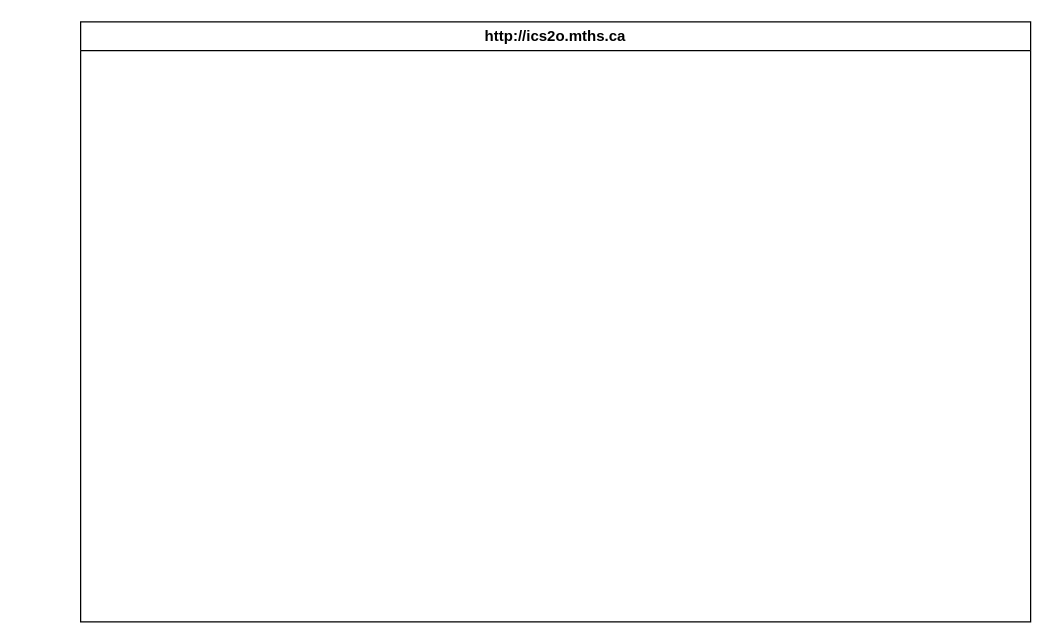
The draw.io diagram design/storyboard.drawio in MTHS-ICD2O-1-2023/ICD2O-Unit-5-08-pablo-fiallos-granados, before the edit. Source tidied: cells renumbered, new cells numbered last; positions are measured from the earlier drawing's top-left corner, leaving out a move shared by most shapes. Both pictures are drawn from the tidied source at 125%, with x=0, y=0 at pixel (80, 21). Pictures stored in the file or linked from it are replaced by grey dashed boxes.
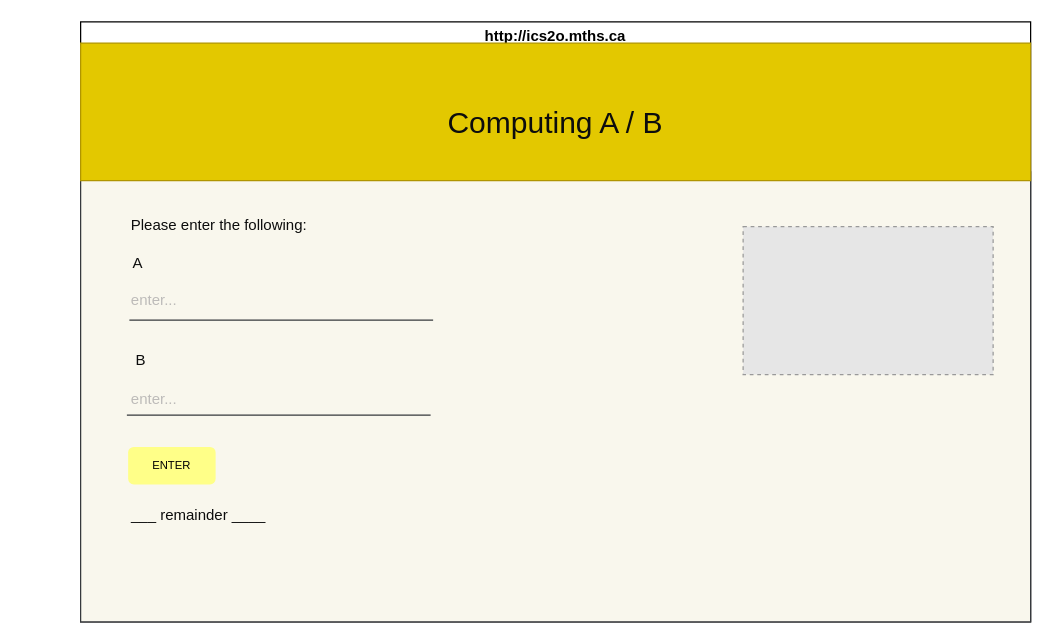
The same page after the edit.

The edit, as a diff of the source:
```diff
@@
 <mxGraphModel>
   <root>
     <mxCell id="0" />
     <mxCell id="1" parent="0" />
     <mxCell id="2" value="http://ics2o.mths.ca" style="swimlane;whiteSpace=wrap;html=1;" parent="1" vertex="1">
       <mxGeometry width="760" height="480" as="geometry" />
     </mxCell>
+    <mxCell id="3" style="rounded=0;whiteSpace=wrap;html=1;fillColor=#f9f7ed;strokeColor=#36393d;fontSize=9;" parent="2" vertex="1">
+      <mxGeometry y="120" width="760" height="360" as="geometry" />
+    </mxCell>
+    <mxCell id="4" value="A" style="text;html=1;strokeColor=none;fillColor=none;align=center;verticalAlign=middle;whiteSpace=wrap;rounded=0;fontColor=#0D0D0D;" parent="2" vertex="1">
+      <mxGeometry x="-29" y="178" width="150" height="30" as="geometry" />
+    </mxCell>
+    <mxCell id="5" value="enter..." style="text;html=1;strokeColor=none;fillColor=none;align=center;verticalAlign=middle;whiteSpace=wrap;rounded=0;fontColor=#BDBBB9;" parent="2" vertex="1">
+      <mxGeometry x="28" y="287" width="62" height="30" as="geometry" />
+    </mxCell>
+    <mxCell id="6" style="whiteSpace=wrap;html=1;fillColor=#e3c800;fontColor=#000000;strokeColor=#B09500;" parent="2" vertex="1">
+      <mxGeometry y="17" width="760" height="110" as="geometry" />
+    </mxCell>
+    <mxCell id="7" value="&lt;font color=&quot;#000000&quot; style=&quot;font-size: 9px;&quot;&gt;ENTER&lt;/font&gt;" style="rounded=1;whiteSpace=wrap;html=1;fillColor=#ffff88;strokeColor=none;fontSize=9;" parent="2" vertex="1">
+      <mxGeometry x="38" y="340" width="70" height="30" as="geometry" />
+    </mxCell>
+    <mxCell id="8" value="B&amp;nbsp;" style="text;html=1;strokeColor=none;fillColor=none;align=center;verticalAlign=middle;whiteSpace=wrap;rounded=0;fontColor=#0D0D0D;" parent="2" vertex="1">
+      <mxGeometry x="-25" y="256" width="150" height="30" as="geometry" />
+    </mxCell>
+    <mxCell id="9" value="___ remainder ____" style="text;html=1;strokeColor=none;fillColor=none;align=center;verticalAlign=middle;whiteSpace=wrap;rounded=0;fontColor=#0D0D0D;" parent="2" vertex="1">
+      <mxGeometry x="12" y="380" width="165" height="30" as="geometry" />
+    </mxCell>
+    <mxCell id="10" value="Please enter the following:" style="text;html=1;strokeColor=none;fillColor=none;align=center;verticalAlign=middle;whiteSpace=wrap;rounded=0;fontColor=#0D0D0D;" parent="2" vertex="1">
+      <mxGeometry x="-47" y="148" width="316" height="30" as="geometry" />
+    </mxCell>
+    <mxCell id="11" value="enter..." style="text;html=1;strokeColor=none;fillColor=none;align=center;verticalAlign=middle;whiteSpace=wrap;rounded=0;fontColor=#BDBBB9;" parent="2" vertex="1">
+      <mxGeometry x="28" y="208" width="62" height="30" as="geometry" />
+    </mxCell>
+    <mxCell id="12" style="endArrow=none;html=1;fontColor=#0D0D0D;jumpSize=5;fillColor=#eeeeee;strokeColor=#36393d;" parent="2" edge="1">
+      <mxGeometry relative="1" as="geometry">
+        <mxPoint x="39" y="238.5" as="sourcePoint" />
+        <mxPoint x="282" y="238.5" as="targetPoint" />
+      </mxGeometry>
+    </mxCell>
+    <mxCell id="13" style="fillColor=#E6E6E6;strokeColor=#999999;dashed=1;verticalLabelPosition=bottom;labelBackgroundColor=default;verticalAlign=top;" parent="2" vertex="1">
+      <mxGeometry x="530" y="163.8" width="200" height="118.3" as="geometry" />
+    </mxCell>
+    <mxCell id="14" value="&lt;h1&gt;&lt;font color=&quot;#0d0d0d&quot;&gt;&lt;span style=&quot;font-weight: 400;&quot;&gt;Computing A / B&lt;/span&gt;&lt;/font&gt;&lt;/h1&gt;" style="text;html=1;strokeColor=none;fillColor=none;align=center;verticalAlign=middle;whiteSpace=wrap;rounded=0;" parent="1" vertex="1">
+      <mxGeometry x="160" y="21" width="440" height="120" as="geometry" />
+    </mxCell>
+    <mxCell id="15" style="endArrow=none;html=1;fontColor=#0D0D0D;jumpSize=5;fillColor=#eeeeee;strokeColor=#36393d;" parent="1" edge="1">
+      <mxGeometry relative="1" as="geometry">
+        <mxPoint x="37" y="314.5" as="sourcePoint" />
+        <mxPoint x="280" y="314.5" as="targetPoint" />
+      </mxGeometry>
+    </mxCell>
   </root>
 </mxGraphModel>
```
